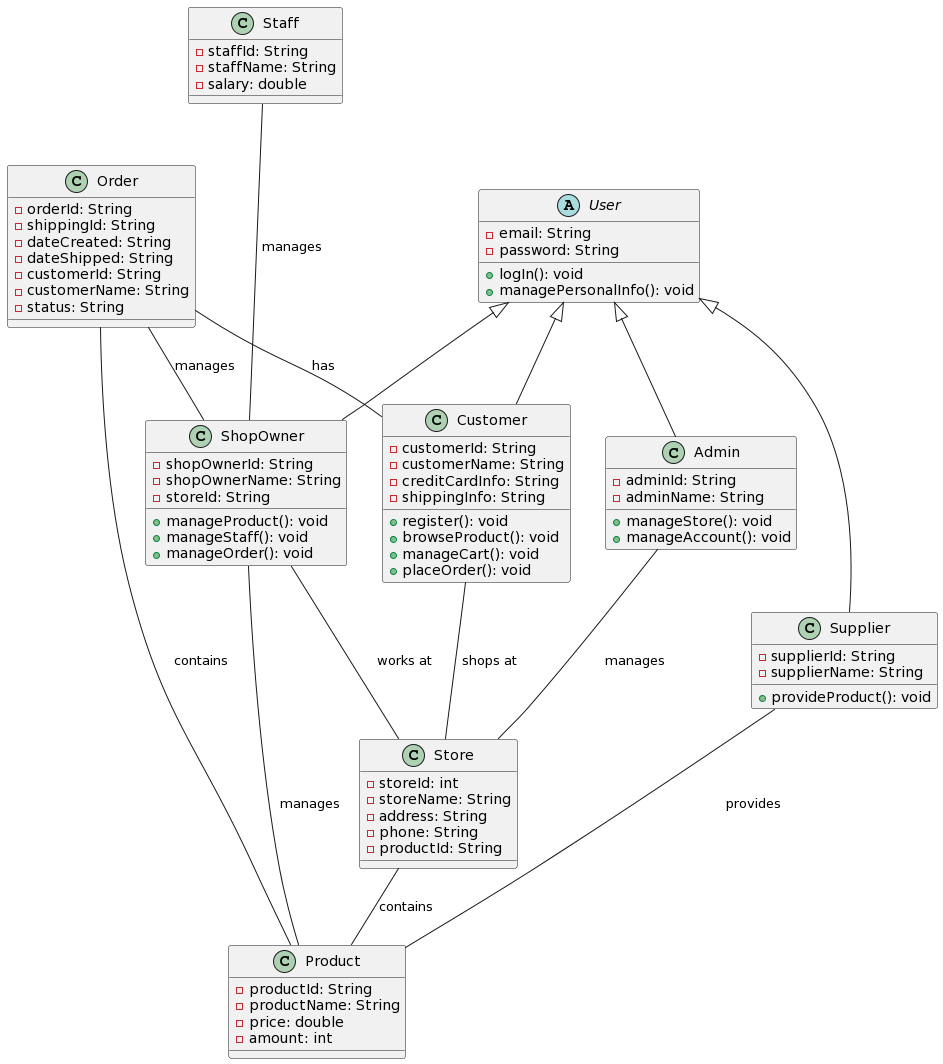
Before: Lab 1/Lab 1.2/class_diagram/class.png, a diagram exported from PlantUML (phamnhutdanh/SE357-Pratice-class).
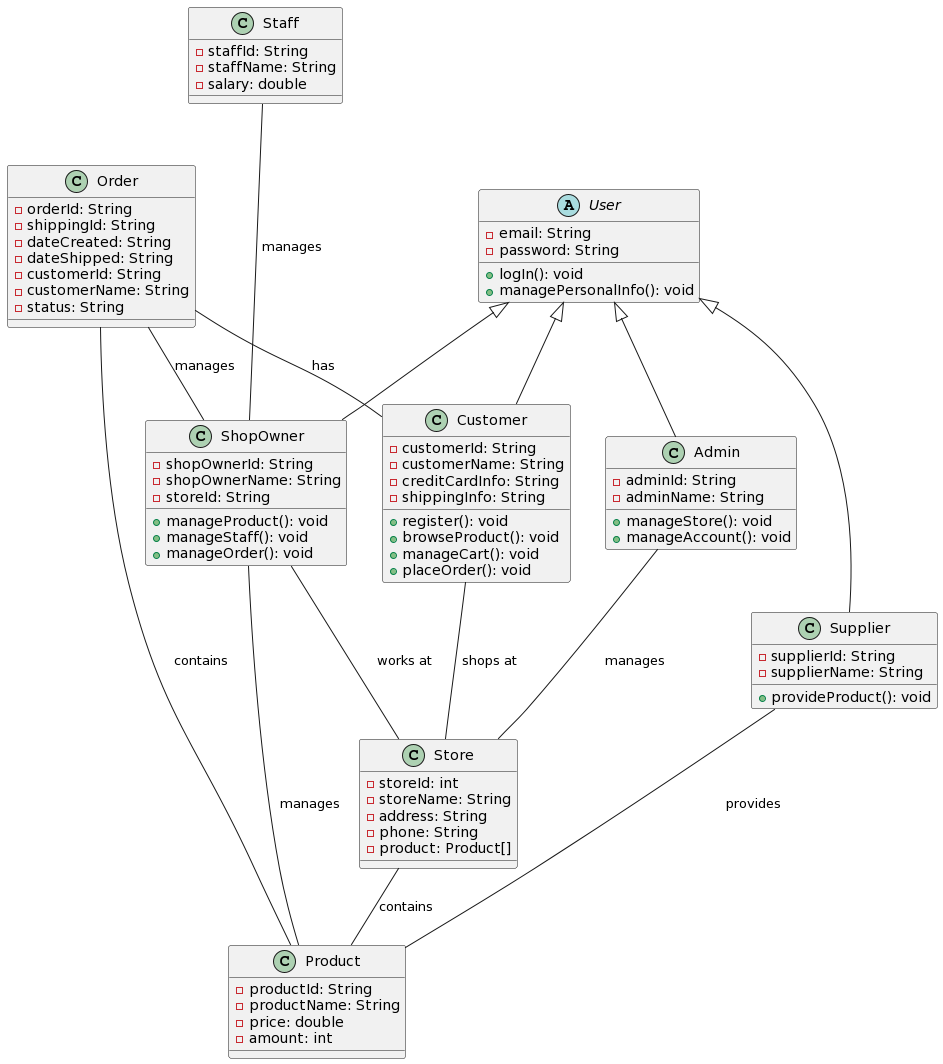
Later version of the same file.

What changed in the source:
```diff
@@ -23,7 +23,7 @@
   - storeName: String
   - address: String
   - phone: String
-  - productId: String
+  - product: Product[]
 }
 
 class Product {
```
